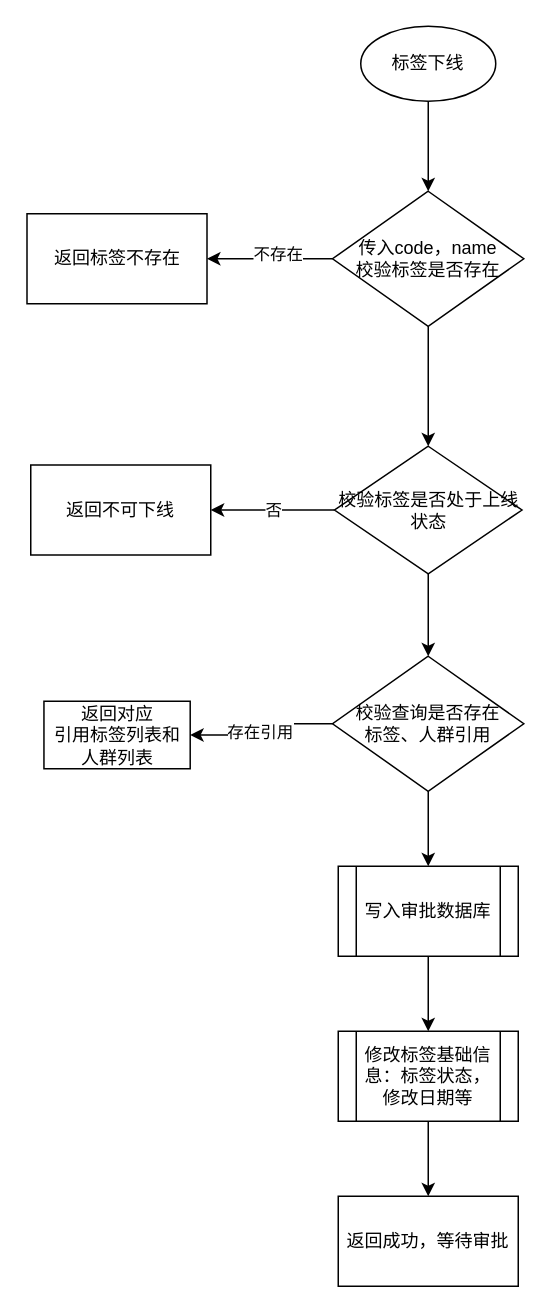
1418956397/JavaWeb-Project-Source-Share keeps this draw.io diagram as 标签下线流程图.drawio. Above is the earlier version. Source tidied: cells renumbered, new cells numbered last; positions are measured from the earlier drawing's top-left corner, leaving out a move shared by most shapes. Both pictures are drawn from the tidied source at 150%, with x=0, y=0 at pixel (27, 26).
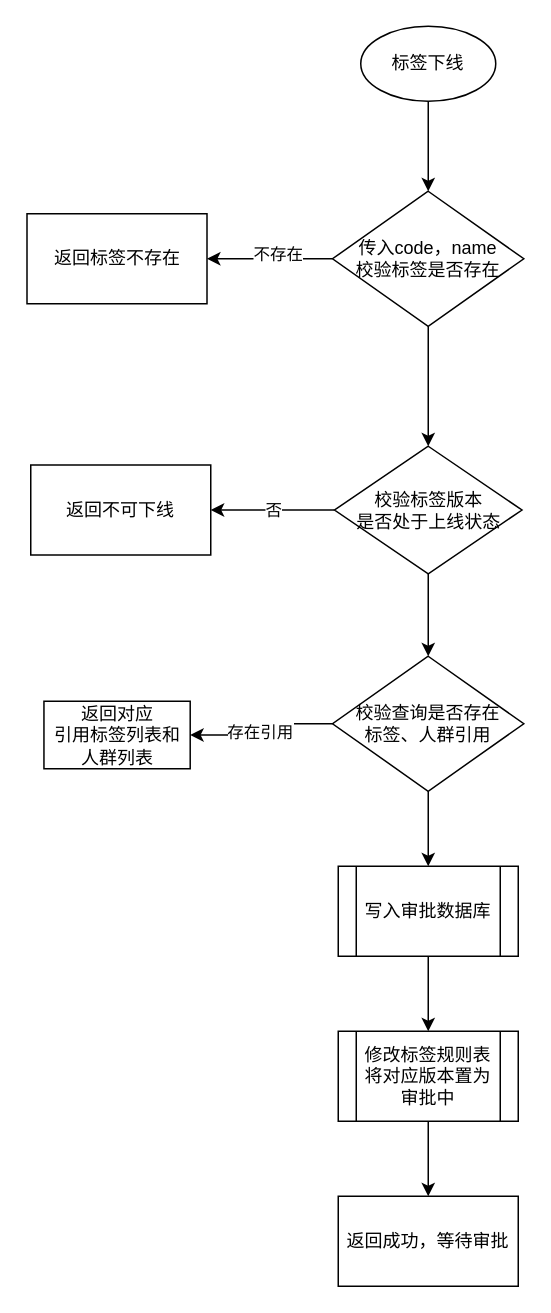
Above is the later version.

Commit message:
更新标签下线流程图.drawio

Diff of the diagram source:
```diff
@@
-    <mxCell id="17" value="修改标签基础信息：标签状态，&lt;div&gt;修改日期等&lt;/div&gt;" style="shape=process;whiteSpace=wrap;html=1;backgroundOutline=1;" parent="1" vertex="1">
+    <mxCell id="17" value="修改标签规则表&lt;div&gt;将对应版本置为&lt;/div&gt;&lt;div&gt;审批中&lt;/div&gt;" style="shape=process;whiteSpace=wrap;html=1;backgroundOutline=1;" parent="1" vertex="1">
       <mxGeometry x="207" y="670" width="120" height="60" as="geometry" />
     </mxCell>
@@
-    <mxCell id="21" value="校验标签是否处于上线状态" style="rhombus;whiteSpace=wrap;html=1;" parent="1" vertex="1">
+    <mxCell id="21" value="校验标签版本&lt;div&gt;是否处于上线状态&lt;/div&gt;" style="rhombus;whiteSpace=wrap;html=1;" parent="1" vertex="1">
       <mxGeometry x="204.5" y="280" width="125" height="85" as="geometry" />
     </mxCell>
```
